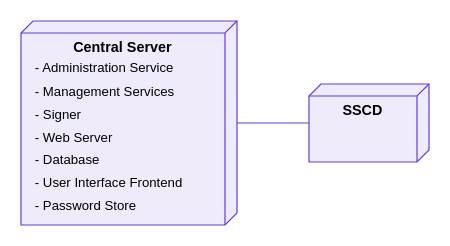
This is doc/Architecture/img/arc-cs_simple_deployment_of_the_central_server.drawio from georgeroliveira/X-VIA-MTI, a draw.io file, before an edit. Source tidied: cells renumbered, new cells numbered last; positions are measured from the earlier drawing's top-left corner, leaving out a move shared by most shapes. Both pictures are drawn from the tidied source at 120%, with x=0, y=0 at pixel (20, 20).
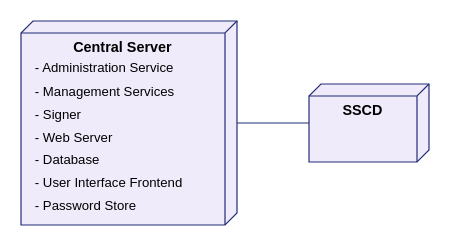
After the change.

What changed in the source:
```diff
@@
 <mxGraphModel>
   <root>
     <mxCell id="0" />
     <mxCell id="1" parent="0" />
-    <mxCell id="2" style="edgeStyle=none;curved=1;rounded=0;jettySize=auto;html=1;fontSize=12;startSize=8;endSize=8;endArrow=none;endFill=0;strokeColor=#663CDC;" parent="1" edge="1" source="3" target="4">
+    <mxCell id="2" style="edgeStyle=none;curved=1;rounded=0;jettySize=auto;html=1;fontSize=12;startSize=8;endSize=8;endArrow=none;endFill=0;strokeColor=#232c77;" parent="1" edge="1" source="3" target="4">
       <mxGeometry relative="1" as="geometry" />
     </mxCell>
-    <mxCell id="3" value="&lt;span&gt;Central Server&lt;/span&gt;" style="verticalAlign=top;align=center;spacingTop=8;spacingLeft=2;spacingRight=12;shape=cube;size=10;direction=south;fontStyle=1;html=1;whiteSpace=wrap;fontSize=12;fillColor=#EFEBFB;strokeColor=#663CDC;" parent="1" vertex="1">
+    <mxCell id="3" value="&lt;span&gt;Central Server&lt;/span&gt;" style="verticalAlign=top;align=center;spacingTop=8;spacingLeft=2;spacingRight=12;shape=cube;size=10;direction=south;fontStyle=1;html=1;whiteSpace=wrap;fontSize=12;fillColor=#EFEBFB;strokeColor=#232c77;" parent="1" vertex="1">
       <mxGeometry width="180" height="170" as="geometry" />
     </mxCell>
-    <mxCell id="4" value="SSCD" style="verticalAlign=top;align=center;spacingTop=8;spacingLeft=2;spacingRight=12;shape=cube;size=10;direction=south;fontStyle=1;html=1;whiteSpace=wrap;fontSize=12;fillColor=#EFEBFB;strokeColor=#663CDC;" parent="1" vertex="1">
+    <mxCell id="4" value="SSCD" style="verticalAlign=top;align=center;spacingTop=8;spacingLeft=2;spacingRight=12;shape=cube;size=10;direction=south;fontStyle=1;html=1;whiteSpace=wrap;fontSize=12;fillColor=#EFEBFB;strokeColor=#232c77;" parent="1" vertex="1">
       <mxGeometry x="240" y="52.5" width="100" height="65" as="geometry" />
     </mxCell>
     <mxCell id="5" value="&lt;blockquote style=&quot;margin: 0 0 0 40px; border: none; padding: 0px;&quot;&gt;&lt;/blockquote&gt;&lt;span style=&quot;background-color: initial; font-size: 11px;&quot;&gt;- Administration Service&lt;/span&gt;&lt;br&gt;&lt;blockquote style=&quot;margin: 0 0 0 40px; border: none; padding: 0px;&quot;&gt;&lt;/blockquote&gt;&lt;span style=&quot;background-color: initial; font-size: 11px;&quot;&gt;- Management Services&lt;/span&gt;&lt;br&gt;&lt;blockquote style=&quot;margin: 0 0 0 40px; border: none; padding: 0px;&quot;&gt;&lt;/blockquote&gt;&lt;span style=&quot;background-color: initial; font-size: 11px;&quot;&gt;- Signer&lt;/span&gt;&lt;br&gt;&lt;blockquote style=&quot;margin: 0 0 0 40px; border: none; padding: 0px;&quot;&gt;&lt;/blockquote&gt;&lt;span style=&quot;background-color: initial; font-size: 11px;&quot;&gt;- Web Server&lt;/span&gt;&lt;br&gt;&lt;blockquote style=&quot;margin: 0 0 0 40px; border: none; padding: 0px;&quot;&gt;&lt;/blockquote&gt;&lt;span style=&quot;background-color: initial; font-size: 11px;&quot;&gt;- Database&lt;/span&gt;&lt;br&gt;&lt;blockquote style=&quot;margin: 0 0 0 40px; border: none; padding: 0px;&quot;&gt;&lt;/blockquote&gt;&lt;span style=&quot;background-color: initial; font-size: 11px;&quot;&gt;- User Interface Frontend&lt;/span&gt;&lt;br&gt;&lt;span style=&quot;font-size: 11px; background-color: initial;&quot;&gt;- Password Store&lt;/span&gt;" style="text;html=1;strokeColor=none;fillColor=none;align=left;verticalAlign=middle;whiteSpace=wrap;rounded=0;fontSize=16;" parent="1" vertex="1">
       <mxGeometry x="10" y="30" width="160" height="130" as="geometry" />
     </mxCell>
   </root>
 </mxGraphModel>
```
